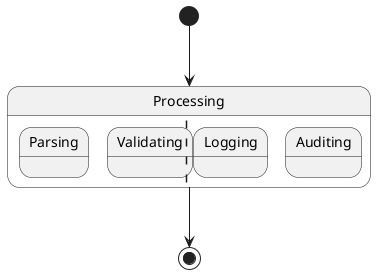
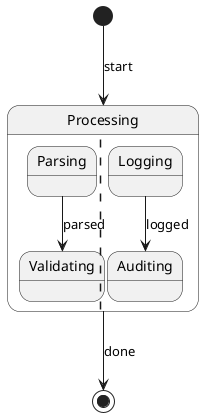
@startuml
state Processing {
  state "Parsing" as Parse
  state "Validating" as Validate
+   Parse --> Validate : parsed
  ||
  state "Logging" as Log
  state "Auditing" as Audit
+   Log --> Audit : logged
}
- [*] --> Processing
- Processing --> [*]
+ [*] --> Processing : start
+ Processing --> [*] : done
@enduml
